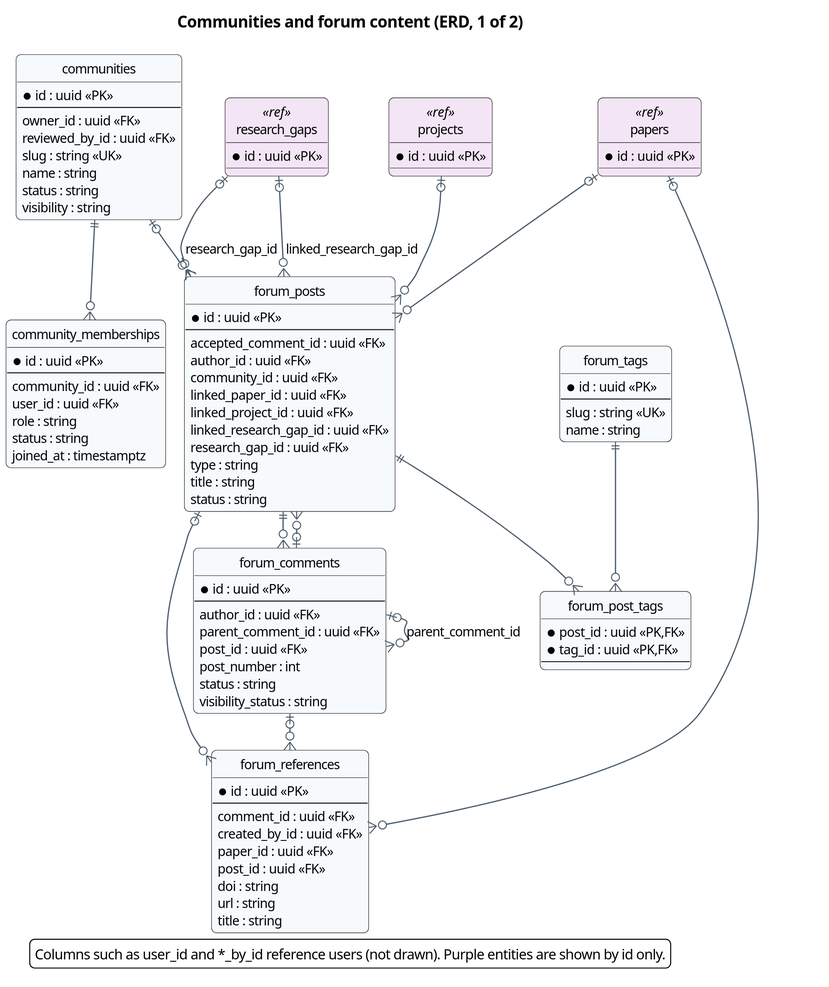
Earlier version of the PlantUML export docs/diagrams/report4/R4_ERD_community_a.svg (Khoa-Hoa-Technology-Solution-Company/lumi-gap). The source it was exported from:
```plantuml
@startuml
!pragma layout smetana
skinparam dpi 150
skinparam defaultFontName "Segoe UI"
skinparam defaultFontSize 13
skinparam shadowing false
skinparam roundCorner 10
skinparam ArrowColor #4A5A6A
skinparam ArrowThickness 1.2
skinparam BorderColor #2F6DB5
skinparam BackgroundColor #FFFFFF
skinparam TitleFontSize 16
skinparam TitleFontStyle bold
skinparam entity {
  BackgroundColor #F7FAFD
  BorderColor #2F6DB5
}
skinparam entity<<ref>> {
  BackgroundColor #F3E5F5
  BorderColor #7B1FA2
}
skinparam linetype ortho
hide circle
title Communities and forum content (ERD, 1 of 2)
entity communities #F7FAFD {
  * id : uuid <<PK>>
  --
  owner_id : uuid <<FK>>
  reviewed_by_id : uuid <<FK>>
  slug : string <<UK>>
  name : string
  status : string
  visibility : string
}
entity community_memberships #F7FAFD {
  * id : uuid <<PK>>
  --
  community_id : uuid <<FK>>
  user_id : uuid <<FK>>
  role : string
  status : string
  joined_at : timestamptz
}
entity forum_posts #F7FAFD {
  * id : uuid <<PK>>
  --
  accepted_comment_id : uuid <<FK>>
  author_id : uuid <<FK>>
  community_id : uuid <<FK>>
  linked_paper_id : uuid <<FK>>
  linked_project_id : uuid <<FK>>
  linked_research_gap_id : uuid <<FK>>
  research_gap_id : uuid <<FK>>
  type : string
  title : string
  status : string
}
entity forum_comments #F7FAFD {
  * id : uuid <<PK>>
  --
  author_id : uuid <<FK>>
  parent_comment_id : uuid <<FK>>
  post_id : uuid <<FK>>
  post_number : int
  status : string
  visibility_status : string
}
entity forum_tags #F7FAFD {
  * id : uuid <<PK>>
  --
  slug : string <<UK>>
  name : string
}
entity forum_post_tags #F7FAFD {
  * post_id : uuid <<PK,FK>>
  * tag_id : uuid <<PK,FK>>
  --
}
entity forum_references #F7FAFD {
  * id : uuid <<PK>>
  --
  comment_id : uuid <<FK>>
  created_by_id : uuid <<FK>>
  paper_id : uuid <<FK>>
  post_id : uuid <<FK>>
  doi : string
  url : string
  title : string
}
entity papers <<ref>> #F3E5F5 {
  * id : uuid <<PK>>
}
entity research_gaps <<ref>> #F3E5F5 {
  * id : uuid <<PK>>
}
entity projects <<ref>> #F3E5F5 {
  * id : uuid <<PK>>
}
communities |o--o{ forum_posts
communities ||--o{ community_memberships
forum_comments |o--o{ forum_comments : parent_comment_id
forum_comments |o--o{ forum_posts
forum_comments |o--o{ forum_references
forum_posts |o--o{ forum_references
forum_posts ||--o{ forum_comments
forum_posts ||--o{ forum_post_tags
forum_tags ||--o{ forum_post_tags
papers |o--o{ forum_posts
papers |o--o{ forum_references
projects |o--o{ forum_posts
research_gaps |o--o{ forum_posts : linked_research_gap_id
research_gaps |o--o{ forum_posts : research_gap_id
legend bottom
Columns such as user_id and *_by_id reference users (not drawn). Purple entities are shown by id only.
endlegend
@enduml
```
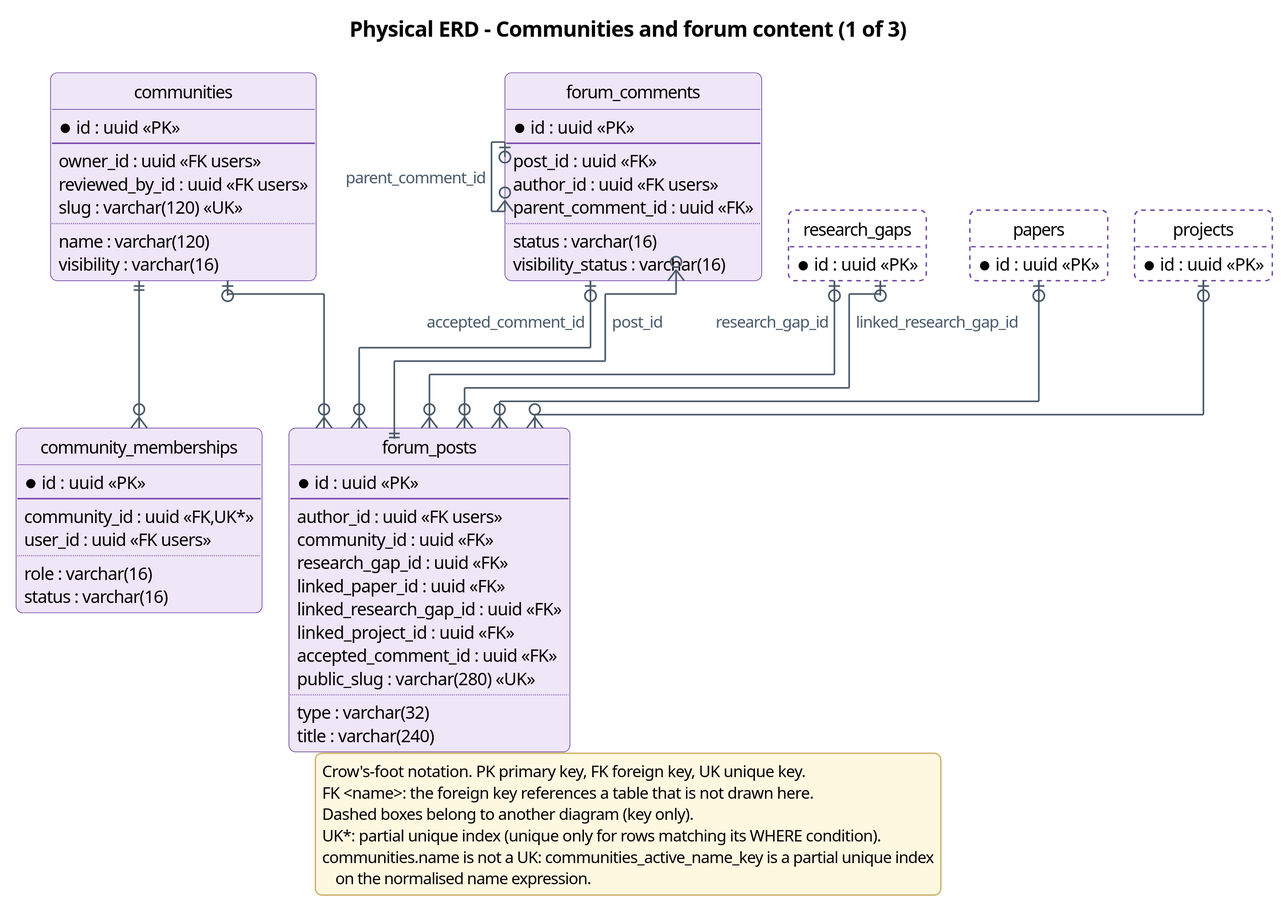
The same diagram one commit later.

What changed in the source:
```diff
@@ -1,116 +1,98 @@
 @startuml
-!pragma layout smetana
-skinparam dpi 150
+!pragma layout elk
+skinparam dpi 200
 skinparam defaultFontName "Segoe UI"
 skinparam defaultFontSize 13
 skinparam shadowing false
 skinparam roundCorner 10
+skinparam backgroundColor #FFFFFF
 skinparam ArrowColor #4A5A6A
 skinparam ArrowThickness 1.2
-skinparam BorderColor #2F6DB5
-skinparam BackgroundColor #FFFFFF
+skinparam ArrowFontSize 12
+skinparam ArrowFontColor #4A5A6A
 skinparam TitleFontSize 16
 skinparam TitleFontStyle bold
 skinparam entity {
-  BackgroundColor #F7FAFD
-  BorderColor #2F6DB5
+  BackgroundColor #EFE6F8
+  BorderColor #6A3FA0
 }
-skinparam entity<<ref>> {
-  BackgroundColor #F3E5F5
-  BorderColor #7B1FA2
+skinparam legend {
+  BackgroundColor #FFF8E1
+  BorderColor #C9B36B
+  FontSize 12
 }
-skinparam linetype ortho
+skinparam stereotypeFontSize 10
 hide circle
-title Communities and forum content (ERD, 1 of 2)
-entity communities #F7FAFD {
+hide empty methods
+title Physical ERD - Communities and forum content (1 of 3)
+entity communities #EFE6F8;line:6A3FA0 {
   * id : uuid <<PK>>
   --
-  owner_id : uuid <<FK>>
-  reviewed_by_id : uuid <<FK>>
-  slug : string <<UK>>
-  name : string
-  status : string
-  visibility : string
+  owner_id : uuid <<FK users>>
+  reviewed_by_id : uuid <<FK users>>
+  slug : varchar(120) <<UK>>
+  ..
+  name : varchar(120)
+  visibility : varchar(16)
 }
-entity community_memberships #F7FAFD {
+entity community_memberships #EFE6F8;line:6A3FA0 {
   * id : uuid <<PK>>
   --
-  community_id : uuid <<FK>>
-  user_id : uuid <<FK>>
-  role : string
-  status : string
-  joined_at : timestamptz
+  community_id : uuid <<FK,UK*>>
+  user_id : uuid <<FK users>>
+  ..
+  role : varchar(16)
+  status : varchar(16)
 }
-entity forum_posts #F7FAFD {
+entity forum_posts #EFE6F8;line:6A3FA0 {
   * id : uuid <<PK>>
   --
+  author_id : uuid <<FK users>>
+  community_id : uuid <<FK>>
+  research_gap_id : uuid <<FK>>
+  linked_paper_id : uuid <<FK>>
+  linked_research_gap_id : uuid <<FK>>
+  linked_project_id : uuid <<FK>>
   accepted_comment_id : uuid <<FK>>
-  author_id : uuid <<FK>>
-  community_id : uuid <<FK>>
-  linked_paper_id : uuid <<FK>>
-  linked_project_id : uuid <<FK>>
-  linked_research_gap_id : uuid <<FK>>
-  research_gap_id : uuid <<FK>>
-  type : string
-  title : string
-  status : string
+  public_slug : varchar(280) <<UK>>
+  ..
+  type : varchar(32)
+  title : varchar(240)
 }
-entity forum_comments #F7FAFD {
+entity forum_comments #EFE6F8;line:6A3FA0 {
   * id : uuid <<PK>>
   --
-  author_id : uuid <<FK>>
+  post_id : uuid <<FK>>
+  author_id : uuid <<FK users>>
   parent_comment_id : uuid <<FK>>
-  post_id : uuid <<FK>>
-  post_number : int
-  status : string
-  visibility_status : string
+  ..
+  status : varchar(16)
+  visibility_status : varchar(16)
 }
-entity forum_tags #F7FAFD {
-  * id : uuid <<PK>>
-  --
-  slug : string <<UK>>
-  name : string
-}
-entity forum_post_tags #F7FAFD {
-  * post_id : uuid <<PK,FK>>
-  * tag_id : uuid <<PK,FK>>
-  --
-}
-entity forum_references #F7FAFD {
-  * id : uuid <<PK>>
-  --
-  comment_id : uuid <<FK>>
-  created_by_id : uuid <<FK>>
-  paper_id : uuid <<FK>>
-  post_id : uuid <<FK>>
-  doi : string
-  url : string
-  title : string
-}
-entity papers <<ref>> #F3E5F5 {
+entity papers #FFFFFF;line:6A3FA0;line.dashed {
   * id : uuid <<PK>>
 }
-entity research_gaps <<ref>> #F3E5F5 {
+entity research_gaps #FFFFFF;line:6A3FA0;line.dashed {
   * id : uuid <<PK>>
 }
-entity projects <<ref>> #F3E5F5 {
+entity projects #FFFFFF;line:6A3FA0;line.dashed {
   * id : uuid <<PK>>
 }
+communities ||--o{ community_memberships
 communities |o--o{ forum_posts
-communities ||--o{ community_memberships
 forum_comments |o--o{ forum_comments : parent_comment_id
-forum_comments |o--o{ forum_posts
-forum_comments |o--o{ forum_references
-forum_posts |o--o{ forum_references
-forum_posts ||--o{ forum_comments
-forum_posts ||--o{ forum_post_tags
-forum_tags ||--o{ forum_post_tags
+forum_comments |o--o{ forum_posts : accepted_comment_id
+forum_posts ||--o{ forum_comments : post_id
 papers |o--o{ forum_posts
-papers |o--o{ forum_references
 projects |o--o{ forum_posts
 research_gaps |o--o{ forum_posts : linked_research_gap_id
 research_gaps |o--o{ forum_posts : research_gap_id
 legend bottom
-Columns such as user_id and *_by_id reference users (not drawn). Purple entities are shown by id only.
+Crow's-foot notation. PK primary key, FK foreign key, UK unique key.
+FK <name>: the foreign key references a table that is not drawn here.
+Dashed boxes belong to another diagram (key only).
+UK*: partial unique index (unique only for rows matching its WHERE condition).
+communities.name is not a UK: communities_active_name_key is a partial unique index
+   on the normalised name expression.
 endlegend
 @enduml
```
